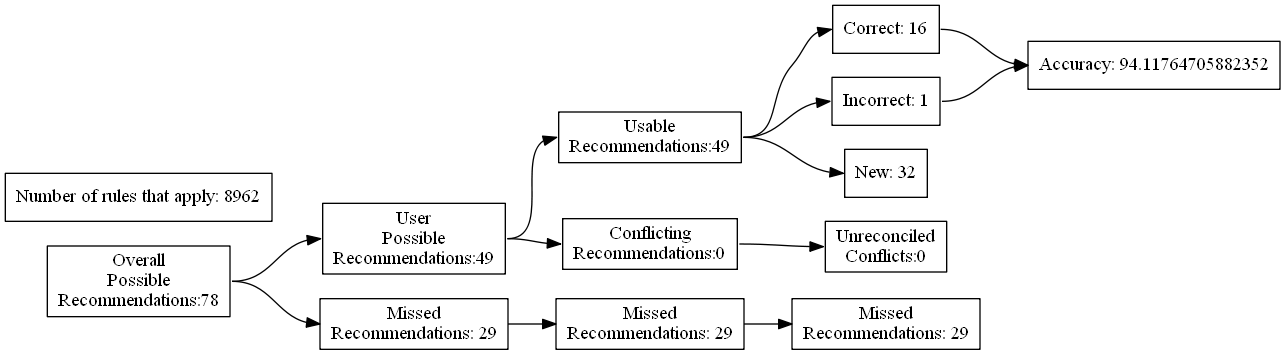
Above: test_renders/87.gv.png in ZaxR/ibd_diet_analysis (Graphviz), before the change. Its source is kept beside it as test_renders/87.gv.
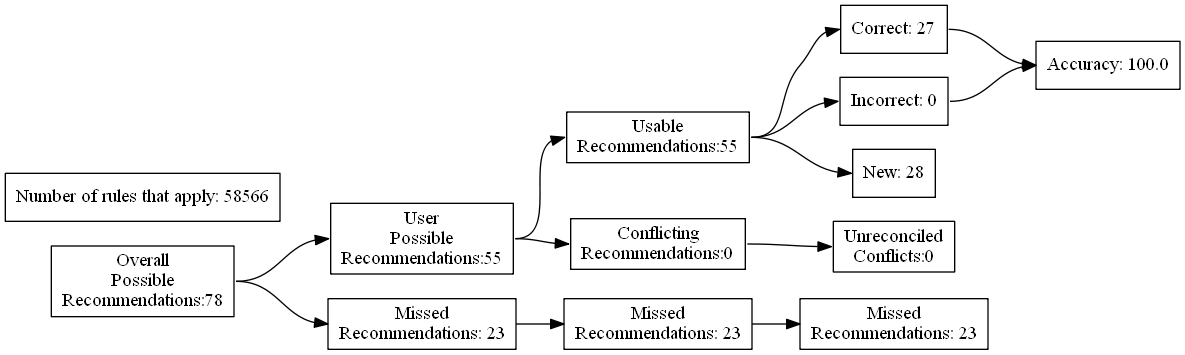
After the change.

Change to the diagram source:
```diff
@@ -7,24 +7,24 @@
 Recommendations:78"]
 		B [label="User
 Possible
-Recommendations:49"]
+Recommendations:55"]
 		C [label="Missed
-Recommendations: 29"]
+Recommendations: 23"]
 		D [label="Usable
-Recommendations:49"]
+Recommendations:55"]
 		E [label="Conflicting
 Recommendations:0"]
 		J [label="Missed
-Recommendations: 29"]
+Recommendations: 23"]
 		M [label="Unreconciled
 Conflicts:0"]
-		F [label="Correct: 16"]
-		G [label="Incorrect: 1"]
-		H [label="New: 32"]
+		F [label="Correct: 27"]
+		G [label="Incorrect: 0"]
+		H [label="New: 28"]
 		K [label="Missed
-Recommendations: 29"]
-		I [label="Accuracy: 94.11764705882352"]
-		l [label="Number of rules that apply: 8962"]
+Recommendations: 23"]
+		I [label="Accuracy: 100.0"]
+		l [label="Number of rules that apply: 58566"]
 			A -> B
 			A -> C
 			B -> D
```
